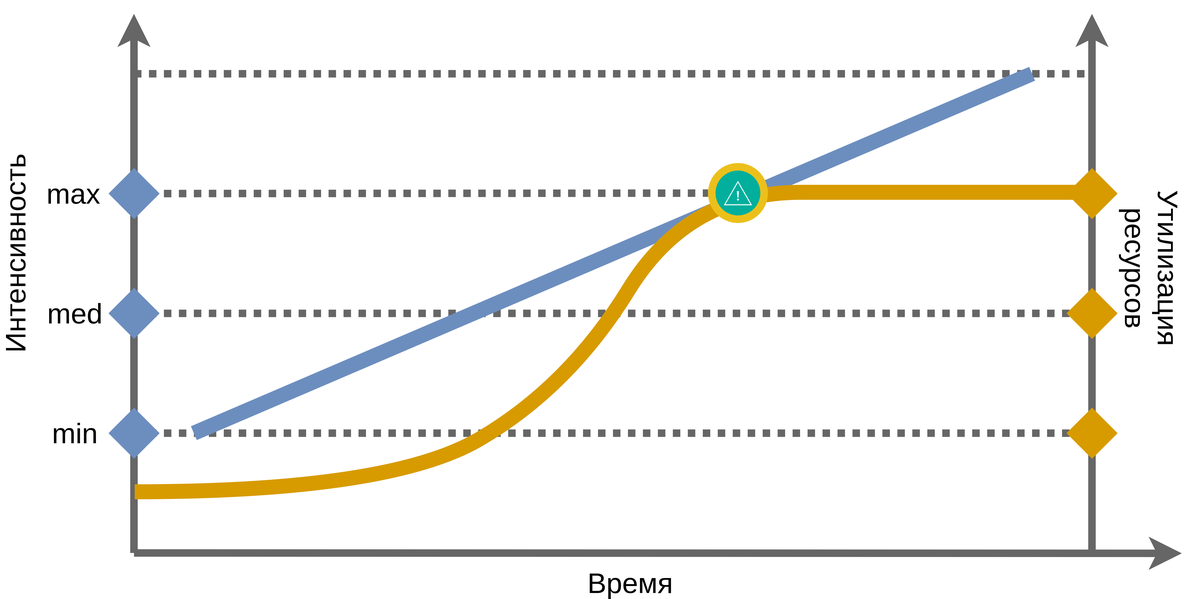
The draw.io diagram docs/images/1/load.testing-4.png in polarnik/perflab, before a commit. Source tidied: cells renumbered, new cells last; positions are measured from the earlier drawing's top-left corner, leaving out a move shared by most shapes.
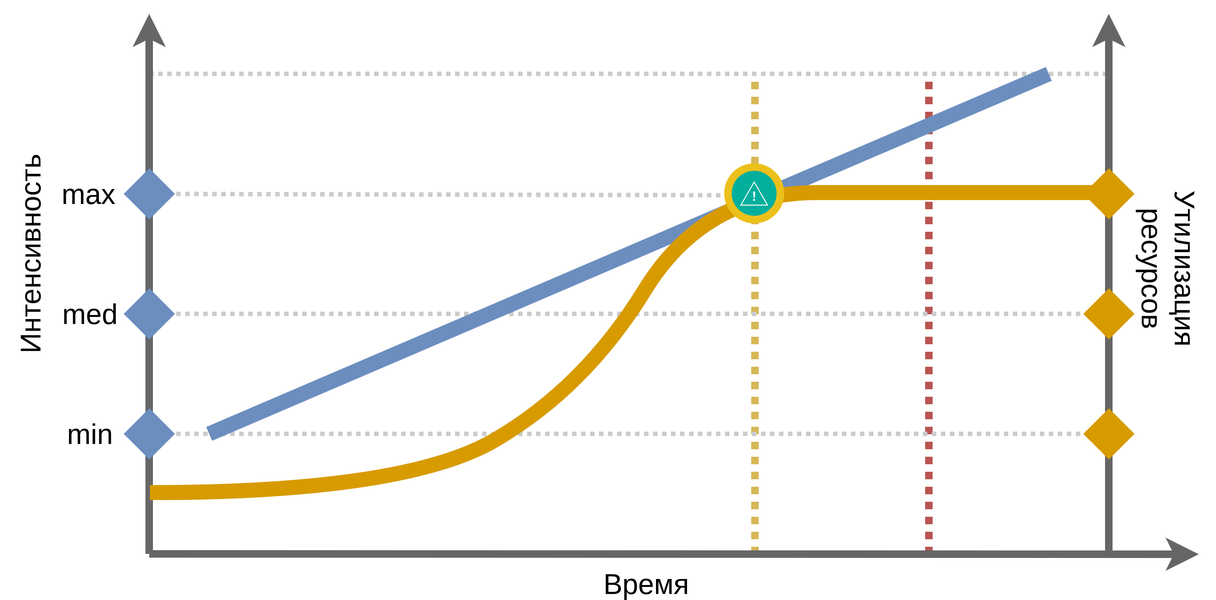
The same file after the commit.

Diff of the diagram source:
```diff
@@ -2,132 +2,150 @@
   <root>
     <mxCell id="0" />
     <mxCell id="1" parent="0" />
-    <mxCell id="2" style="endArrow=none;dashed=1;html=1;strokeWidth=5;dashPattern=1 1;fillColor=#f5f5f5;strokeColor=#666666;entryX=0;entryY=0.5;entryDx=0;entryDy=0;" parent="1" edge="1" target="25">
-      <mxGeometry relative="1" as="geometry">
-        <mxPoint x="99" y="119.8" as="sourcePoint" />
-      </mxGeometry>
+    <mxCell id="2" style="group;" parent="1" vertex="1">
+      <mxGeometry y="-0.2" width="799" height="390" as="geometry" />
     </mxCell>
-    <mxCell id="3" style="endArrow=classic;html=1;strokeWidth=5;jumpStyle=arc;fillColor=#f5f5f5;strokeColor=#666666;" parent="1" edge="1">
-      <mxGeometry relative="1" as="geometry">
-        <mxPoint x="99" y="359.8" as="sourcePoint" />
-        <mxPoint x="799" y="360" as="targetPoint" />
-      </mxGeometry>
+    <mxCell id="3" style="group;" parent="2" vertex="1">
+      <mxGeometry width="799" height="390" as="geometry" />
     </mxCell>
-    <mxCell id="4" style="endArrow=classic;html=1;strokeWidth=5;jumpStyle=arc;fillColor=#f5f5f5;strokeColor=#666666;" parent="1" edge="1">
+    <mxCell id="4" style="endArrow=none;dashed=1;html=1;strokeWidth=3;dashPattern=1 1;fillColor=#f5f5f5;strokeColor=#CCCCCC;" parent="3" edge="1">
       <mxGeometry relative="1" as="geometry">
-        <mxPoint x="99" y="359.8" as="sourcePoint" />
-        <mxPoint x="99" y="-0.2" as="targetPoint" />
+        <mxPoint x="99" y="40" as="sourcePoint" />
+        <mxPoint x="739" y="40" as="targetPoint" />
       </mxGeometry>
     </mxCell>
-    <mxCell id="5" style="endArrow=none;dashed=1;html=1;strokeWidth=5;dashPattern=1 1;fillColor=#f5f5f5;strokeColor=#666666;startArrow=none;startFill=0;startSize=8;" parent="1" edge="1">
+    <mxCell id="5" style="endArrow=none;dashed=1;html=1;dashPattern=1 1;strokeWidth=5;fillColor=#f8cecc;strokeColor=#b85450;" parent="3" edge="1">
       <mxGeometry relative="1" as="geometry">
-        <mxPoint x="99" y="279.8" as="sourcePoint" />
-        <mxPoint x="738" y="279.8" as="targetPoint" />
+        <mxPoint x="619" y="360.2" as="sourcePoint" />
+        <mxPoint x="619" y="40.2" as="targetPoint" />
       </mxGeometry>
     </mxCell>
-    <mxCell id="6" style="endArrow=none;dashed=1;html=1;strokeWidth=5;dashPattern=1 1;fillColor=#f5f5f5;strokeColor=#666666;" parent="1" edge="1">
+    <mxCell id="6" style="endArrow=none;dashed=1;html=1;strokeWidth=5;dashPattern=1 1;fillColor=#fff2cc;strokeColor=#d6b656;" parent="3" edge="1">
       <mxGeometry relative="1" as="geometry">
-        <mxPoint x="99" y="199.8" as="sourcePoint" />
-        <mxPoint x="738" y="199.8" as="targetPoint" />
+        <mxPoint x="503" y="360.2" as="sourcePoint" />
+        <mxPoint x="503" y="40.2" as="targetPoint" />
       </mxGeometry>
     </mxCell>
-    <mxCell id="7" style="endArrow=none;dashed=1;html=1;strokeWidth=5;dashPattern=1 1;fillColor=#f5f5f5;strokeColor=#666666;" parent="1" edge="1" source="26">
+    <mxCell id="7" style="endArrow=none;dashed=1;html=1;strokeWidth=3;dashPattern=1 1;fillColor=#f5f5f5;strokeColor=#CCCCCC;entryX=0;entryY=0.5;entryDx=0;entryDy=0;" parent="3" edge="1" target="29">
       <mxGeometry relative="1" as="geometry">
-        <mxPoint x="738" y="119.8" as="targetPoint" />
+        <mxPoint x="99" y="120" as="sourcePoint" />
       </mxGeometry>
     </mxCell>
-    <mxCell id="8" style="endArrow=none;dashed=1;html=1;strokeWidth=5;dashPattern=1 1;fillColor=#f5f5f5;strokeColor=#666666;" parent="1" edge="1">
+    <mxCell id="8" style="endArrow=classic;html=1;strokeWidth=5;jumpStyle=arc;fillColor=#f5f5f5;strokeColor=#666666;" parent="3" edge="1">
       <mxGeometry relative="1" as="geometry">
-        <mxPoint x="99" y="39.8" as="sourcePoint" />
-        <mxPoint x="738" y="39.8" as="targetPoint" />
+        <mxPoint x="99" y="360" as="sourcePoint" />
+        <mxPoint x="799" y="360.2" as="targetPoint" />
       </mxGeometry>
     </mxCell>
-    <mxCell id="9" style="endArrow=none;html=1;strokeWidth=10;targetPerimeterSpacing=0;comic=0;shadow=0;jumpStyle=none;orthogonalLoop=1;fillColor=#dae8fc;strokeColor=#6c8ebf;rounded=1;" parent="1" edge="1">
+    <mxCell id="9" style="endArrow=classic;html=1;strokeWidth=5;jumpStyle=arc;fillColor=#f5f5f5;strokeColor=#666666;" parent="3" edge="1">
       <mxGeometry relative="1" as="geometry">
-        <mxPoint x="139" y="279.8" as="sourcePoint" />
-        <mxPoint x="699" y="39.8" as="targetPoint" />
+        <mxPoint x="99" y="360" as="sourcePoint" />
+        <mxPoint x="99" as="targetPoint" />
       </mxGeometry>
     </mxCell>
-    <mxCell id="10" style="endArrow=none;html=1;shadow=0;strokeWidth=10;startArrow=diamond;startFill=1;startSize=10;fillColor=#dae8fc;strokeColor=#6c8ebf;" parent="1" edge="1">
+    <mxCell id="10" style="endArrow=none;dashed=1;html=1;strokeWidth=3;dashPattern=1 1;fillColor=#f5f5f5;strokeColor=#CCCCCC;startArrow=none;startFill=0;startSize=8;" parent="3" edge="1">
       <mxGeometry relative="1" as="geometry">
-        <mxPoint x="82" y="279.8" as="sourcePoint" />
-        <mxPoint x="102" y="279.8" as="targetPoint" />
+        <mxPoint x="99" y="280" as="sourcePoint" />
+        <mxPoint x="739" y="280" as="targetPoint" />
       </mxGeometry>
     </mxCell>
-    <mxCell id="11" style="endArrow=none;html=1;shadow=0;strokeWidth=10;startArrow=diamond;startFill=1;startSize=10;fillColor=#dae8fc;strokeColor=#6c8ebf;endSize=0;" parent="1" edge="1">
+    <mxCell id="11" style="endArrow=none;dashed=1;html=1;strokeWidth=3;dashPattern=1 1;fillColor=#f5f5f5;strokeColor=#CCCCCC;" parent="3" edge="1">
       <mxGeometry relative="1" as="geometry">
-        <mxPoint x="82" y="199.8" as="sourcePoint" />
-        <mxPoint x="102" y="199.8" as="targetPoint" />
+        <mxPoint x="99" y="200" as="sourcePoint" />
+        <mxPoint x="739" y="200" as="targetPoint" />
       </mxGeometry>
     </mxCell>
-    <mxCell id="12" style="endArrow=none;html=1;shadow=0;strokeWidth=10;startArrow=diamond;startFill=1;startSize=10;fillColor=#dae8fc;strokeColor=#6c8ebf;endSize=0;" parent="1" edge="1">
+    <mxCell id="12" style="endArrow=none;dashed=1;html=1;strokeWidth=5;dashPattern=1 1;fillColor=#f5f5f5;strokeColor=#666666;" parent="3" edge="1" source="30">
       <mxGeometry relative="1" as="geometry">
-        <mxPoint x="82" y="119.8" as="sourcePoint" />
-        <mxPoint x="102" y="119.8" as="targetPoint" />
+        <mxPoint x="738" y="120" as="targetPoint" />
       </mxGeometry>
     </mxCell>
-    <mxCell id="13" value="min" style="text;html=1;strokeColor=none;fillColor=none;align=center;verticalAlign=middle;whiteSpace=wrap;rounded=0;fontSize=19;" parent="1" vertex="1">
-      <mxGeometry x="39" y="269.8" width="40" height="20" as="geometry" />
+    <mxCell id="13" style="endArrow=none;html=1;strokeWidth=10;targetPerimeterSpacing=0;comic=0;shadow=0;jumpStyle=none;orthogonalLoop=1;fillColor=#dae8fc;strokeColor=#6c8ebf;rounded=1;" parent="3" edge="1">
+      <mxGeometry relative="1" as="geometry">
+        <mxPoint x="139" y="280" as="sourcePoint" />
+        <mxPoint x="699" y="40" as="targetPoint" />
+      </mxGeometry>
     </mxCell>
-    <mxCell id="14" value="med" style="text;html=1;strokeColor=none;fillColor=none;align=center;verticalAlign=middle;whiteSpace=wrap;rounded=0;fontSize=19;" parent="1" vertex="1">
-      <mxGeometry x="39" y="189.8" width="40" height="20" as="geometry" />
+    <mxCell id="14" style="endArrow=none;html=1;shadow=0;strokeWidth=10;startArrow=diamond;startFill=1;startSize=10;fillColor=#dae8fc;strokeColor=#6c8ebf;" parent="3" edge="1">
+      <mxGeometry relative="1" as="geometry">
+        <mxPoint x="82" y="280" as="sourcePoint" />
+        <mxPoint x="102" y="280" as="targetPoint" />
+      </mxGeometry>
     </mxCell>
-    <mxCell id="15" value="max" style="text;html=1;strokeColor=none;fillColor=none;align=center;verticalAlign=middle;whiteSpace=wrap;rounded=0;fontSize=19;" parent="1" vertex="1">
-      <mxGeometry x="39" y="109.8" width="40" height="20" as="geometry" />
+    <mxCell id="15" style="endArrow=none;html=1;shadow=0;strokeWidth=10;startArrow=diamond;startFill=1;startSize=10;fillColor=#dae8fc;strokeColor=#6c8ebf;endSize=0;" parent="3" edge="1">
+      <mxGeometry relative="1" as="geometry">
+        <mxPoint x="82" y="200" as="sourcePoint" />
+        <mxPoint x="102" y="200" as="targetPoint" />
+      </mxGeometry>
     </mxCell>
-    <mxCell id="16" value="Время" style="text;html=1;strokeColor=none;fillColor=none;align=center;verticalAlign=middle;whiteSpace=wrap;rounded=0;fontSize=19;" parent="1" vertex="1">
-      <mxGeometry x="411" y="369.8" width="40" height="20" as="geometry" />
+    <mxCell id="16" style="endArrow=none;html=1;shadow=0;strokeWidth=10;startArrow=diamond;startFill=1;startSize=10;fillColor=#dae8fc;strokeColor=#6c8ebf;endSize=0;" parent="3" edge="1">
+      <mxGeometry relative="1" as="geometry">
+        <mxPoint x="82" y="120" as="sourcePoint" />
+        <mxPoint x="102" y="120" as="targetPoint" />
+      </mxGeometry>
     </mxCell>
-    <mxCell id="17" value="Интенсивность" style="text;html=1;strokeColor=none;fillColor=none;align=center;verticalAlign=middle;whiteSpace=wrap;rounded=0;fontSize=19;rotation=-90;" parent="1" vertex="1">
-      <mxGeometry y="149.8" width="40" height="20" as="geometry" />
+    <mxCell id="17" value="min" style="text;html=1;strokeColor=none;fillColor=none;align=center;verticalAlign=middle;whiteSpace=wrap;rounded=0;fontSize=19;" parent="3" vertex="1">
+      <mxGeometry x="39" y="270" width="40" height="20" as="geometry" />
     </mxCell>
-    <mxCell id="18" style="endArrow=classic;html=1;strokeWidth=5;jumpStyle=none;fillColor=#f5f5f5;strokeColor=#666666;" parent="1" edge="1">
-      <mxGeometry relative="1" as="geometry">
-        <mxPoint x="739" y="359.8" as="sourcePoint" />
-        <mxPoint x="739" y="-0.2" as="targetPoint" />
-      </mxGeometry>
+    <mxCell id="18" value="med" style="text;html=1;strokeColor=none;fillColor=none;align=center;verticalAlign=middle;whiteSpace=wrap;rounded=0;fontSize=19;" parent="3" vertex="1">
+      <mxGeometry x="39" y="190" width="40" height="20" as="geometry" />
     </mxCell>
-    <mxCell id="19" style="endArrow=none;html=1;shadow=0;strokeWidth=10;startArrow=diamond;startFill=1;startSize=10;fillColor=#ffe6cc;strokeColor=#d79b00;endSize=0;" parent="1" edge="1">
-      <mxGeometry relative="1" as="geometry">
-        <mxPoint x="722" y="119.8" as="sourcePoint" />
-        <mxPoint x="741" y="119.8" as="targetPoint" />
-      </mxGeometry>
+    <mxCell id="19" value="max" style="text;html=1;strokeColor=none;fillColor=none;align=center;verticalAlign=middle;whiteSpace=wrap;rounded=0;fontSize=19;" parent="3" vertex="1">
+      <mxGeometry x="39" y="110" width="40" height="20" as="geometry" />
     </mxCell>
-    <mxCell id="20" style="endArrow=none;html=1;shadow=0;strokeWidth=10;startArrow=diamond;startFill=1;startSize=10;fillColor=#ffe6cc;strokeColor=#d79b00;endSize=0;" parent="1" edge="1">
-      <mxGeometry relative="1" as="geometry">
-        <mxPoint x="722" y="199.8" as="sourcePoint" />
-        <mxPoint x="741" y="199.8" as="targetPoint" />
-      </mxGeometry>
+    <mxCell id="20" value="Время" style="text;html=1;strokeColor=none;fillColor=none;align=center;verticalAlign=middle;whiteSpace=wrap;rounded=0;fontSize=19;" parent="3" vertex="1">
+      <mxGeometry x="411" y="370" width="40" height="20" as="geometry" />
     </mxCell>
-    <mxCell id="21" style="endArrow=none;html=1;shadow=0;strokeWidth=10;startArrow=diamond;startFill=1;startSize=10;fillColor=#ffe6cc;strokeColor=#d79b00;endSize=0;" parent="1" edge="1">
-      <mxGeometry relative="1" as="geometry">
-        <mxPoint x="722" y="279.8" as="sourcePoint" />
-        <mxPoint x="741" y="279.8" as="targetPoint" />
-      </mxGeometry>
+    <mxCell id="21" value="Интенсивность" style="text;html=1;strokeColor=none;fillColor=none;align=center;verticalAlign=middle;whiteSpace=wrap;rounded=0;fontSize=19;rotation=-90;" parent="3" vertex="1">
+      <mxGeometry y="150" width="40" height="20" as="geometry" />
     </mxCell>
-    <mxCell id="22" value="Утилизация ресурсов&lt;br&gt;" style="text;html=1;strokeColor=none;fillColor=none;align=center;verticalAlign=middle;whiteSpace=wrap;rounded=0;fontSize=19;rotation=90;" parent="1" vertex="1">
-      <mxGeometry x="759" y="159.8" width="40" height="20" as="geometry" />
+    <mxCell id="22" style="endArrow=classic;html=1;strokeWidth=5;jumpStyle=none;fillColor=#f5f5f5;strokeColor=#666666;" parent="3" edge="1">
+      <mxGeometry relative="1" as="geometry">
+        <mxPoint x="739" y="360" as="sourcePoint" />
+        <mxPoint x="739" as="targetPoint" />
+      </mxGeometry>
     </mxCell>
-    <mxCell id="23" style="curved=1;endArrow=none;html=1;shadow=0;strokeWidth=10;fontSize=19;fillColor=#ffe6cc;strokeColor=#d79b00;endFill=0;" parent="1" edge="1">
+    <mxCell id="23" style="endArrow=none;html=1;shadow=0;strokeWidth=10;startArrow=diamond;startFill=1;startSize=10;fillColor=#ffe6cc;strokeColor=#d79b00;endSize=0;" parent="3" edge="1">
       <mxGeometry relative="1" as="geometry">
-        <mxPoint x="99.5" y="318.9" as="sourcePoint" />
-        <mxPoint x="729.5" y="118.9" as="targetPoint" />
-        <Array as="points">
-          <mxPoint x="269.5" y="318.9" />
-          <mxPoint x="389.5" y="248.9" />
-          <mxPoint x="469.5" y="118.9" />
-          <mxPoint x="619.5" y="118.9" />
-        </Array>
+        <mxPoint x="722" y="120" as="sourcePoint" />
+        <mxPoint x="741" y="120" as="targetPoint" />
       </mxGeometry>
     </mxCell>
-    <mxCell id="24" style="group;" parent="1" vertex="1">
-      <mxGeometry x="483" y="99.9" width="40" height="40" as="geometry" />
+    <mxCell id="24" style="endArrow=none;html=1;shadow=0;strokeWidth=10;startArrow=diamond;startFill=1;startSize=10;fillColor=#ffe6cc;strokeColor=#d79b00;endSize=0;" parent="3" edge="1">
+      <mxGeometry relative="1" as="geometry">
+        <mxPoint x="722" y="200" as="sourcePoint" />
+        <mxPoint x="741" y="200" as="targetPoint" />
+      </mxGeometry>
     </mxCell>
-    <mxCell id="25" style="perimeter=ellipsePerimeter;html=1;align=center;shadow=0;dashed=0;image;image=img/lib/ibm/applications/visualization.svg;fontSize=19;" parent="24" vertex="1">
-      <mxGeometry width="40" height="40" as="geometry" />
+    <mxCell id="25" style="endArrow=none;html=1;shadow=0;strokeWidth=10;startArrow=diamond;startFill=1;startSize=10;fillColor=#ffe6cc;strokeColor=#d79b00;endSize=0;" parent="3" edge="1">
+      <mxGeometry relative="1" as="geometry">
+        <mxPoint x="722" y="280" as="sourcePoint" />
+        <mxPoint x="741" y="280" as="targetPoint" />
+      </mxGeometry>
     </mxCell>
-    <mxCell id="26" style="perimeter=ellipsePerimeter;html=1;align=center;shadow=0;dashed=0;image;image=img/lib/ibm/management/alert_notification.svg;fontSize=19;" parent="24" vertex="1">
-      <mxGeometry x="5" y="5" width="30" height="30" as="geometry" />
+    <mxCell id="26" value="Утилизация ресурсов&lt;br&gt;" style="text;html=1;strokeColor=none;fillColor=none;align=center;verticalAlign=middle;whiteSpace=wrap;rounded=0;fontSize=19;rotation=90;" parent="3" vertex="1">
+      <mxGeometry x="759" y="160" width="40" height="20" as="geometry" />
     </mxCell>
+    <mxCell id="27" style="curved=1;endArrow=none;html=1;shadow=0;strokeWidth=10;fontSize=19;fillColor=#ffe6cc;strokeColor=#d79b00;endFill=0;" parent="3" edge="1">
+      <mxGeometry relative="1" as="geometry">
+        <mxPoint x="99.5" y="319.1" as="sourcePoint" />
+        <mxPoint x="729.5" y="119.1" as="targetPoint" />
+        <Array as="points">
+          <mxPoint x="269.5" y="319.1" />
+          <mxPoint x="389.5" y="249.1" />
+          <mxPoint x="469.5" y="119.1" />
+          <mxPoint x="619.5" y="119.1" />
+        </Array>
+      </mxGeometry>
+    </mxCell>
+    <mxCell id="28" style="group;" parent="3" vertex="1">
+      <mxGeometry x="483" y="100.1" width="40" height="40" as="geometry" />
+    </mxCell>
+    <mxCell id="29" style="perimeter=ellipsePerimeter;html=1;align=center;shadow=0;dashed=0;image;image=img/lib/ibm/applications/visualization.svg;fontSize=19;" parent="28" vertex="1">
+      <mxGeometry width="40" height="40" as="geometry" />
+    </mxCell>
+    <mxCell id="30" style="perimeter=ellipsePerimeter;html=1;align=center;shadow=0;dashed=0;image;image=img/lib/ibm/management/alert_notification.svg;fontSize=19;" parent="28" vertex="1">
+      <mxGeometry x="5" y="5" width="30" height="30" as="geometry" />
+    </mxCell>
   </root>
 </mxGraphModel>
```
